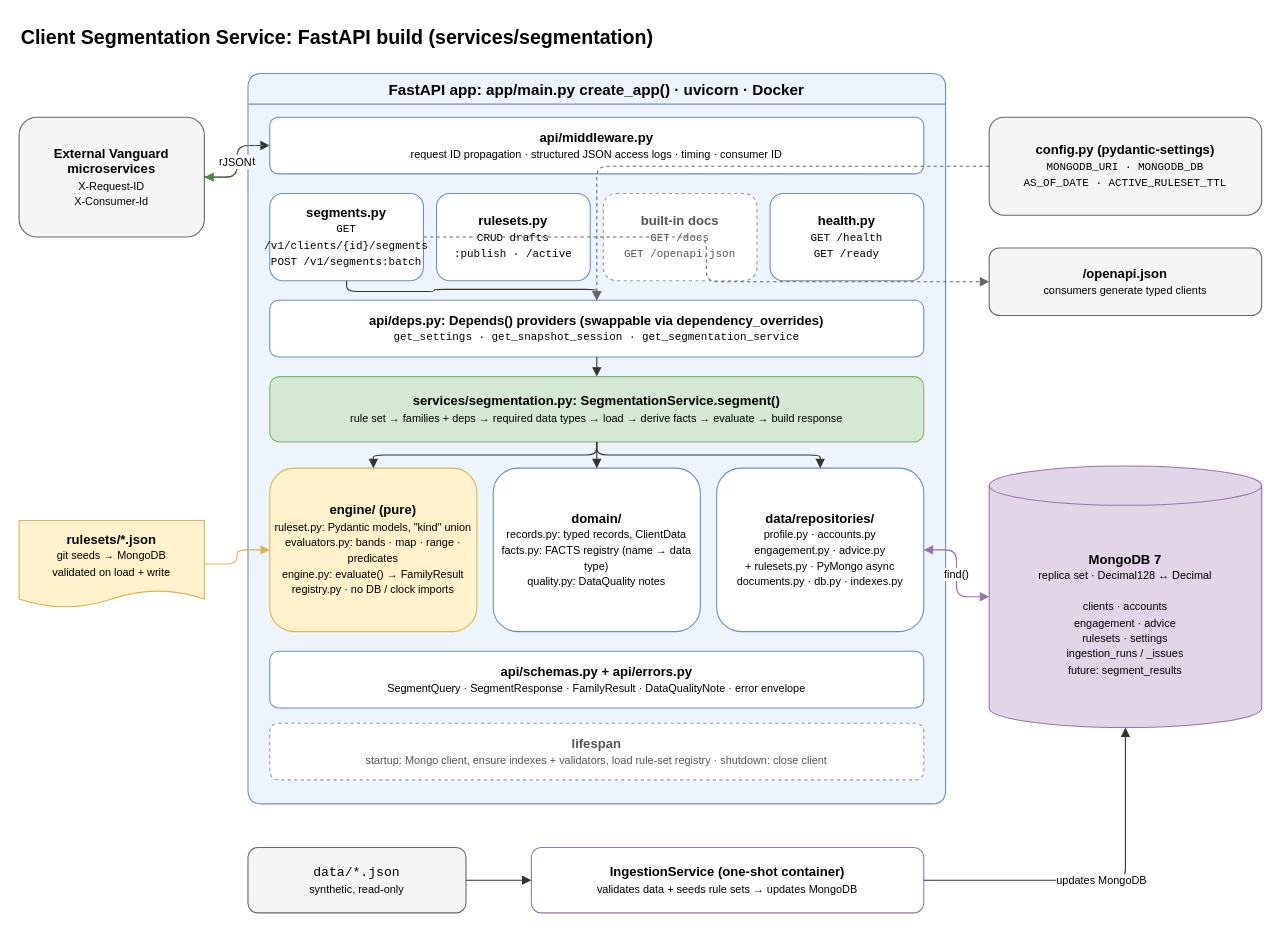
Above: page "2. FastAPI build" (2 of 2) of docs/architecture.drawio in JustinGarvida/vanguard-css (draw.io), before the change. Source tidied: cells renumbered, new cells numbered last; positions are measured from the earlier drawing's top-left corner, leaving out a move shared by most shapes. Both pictures are drawn from the tidied source at 109%, with x=0, y=0 at pixel (19, 19).
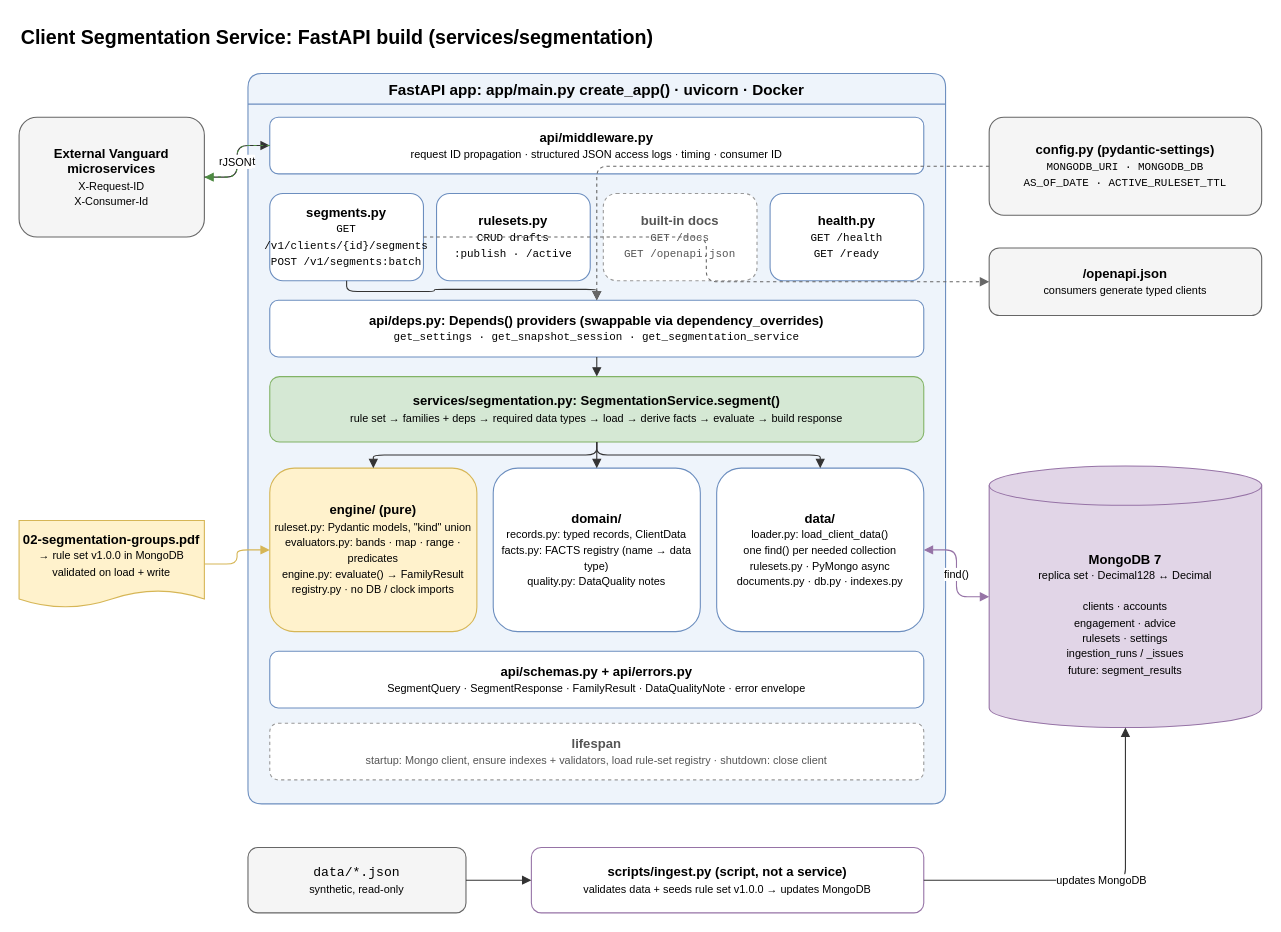
Above is the later version.

Commit message (it also covers changes not shown here):
docs: revised architecture (intent service wired in, no repositories, ingest script) (#9)

The change refers to these unchanged cells:
```xml
<mxCell id="5" value="FastAPI app: app/main.py create_app() · uvicorn · Docker" style="swimlane;startSize=28;rounded=1;fontStyle=1;fontSize=14;fillColor=#eef4fb;strokeColor=#6c8ebf;swimlaneFillColor=#eef4fb;" parent="1" vertex="1">
  <mxGeometry x="210" y="50" width="640" height="670" as="geometry" />
</mxCell>
```

Diff of the diagram source:
```diff
@@
-    <mxCell id="4" value="&lt;b&gt;rulesets/*.json&lt;/b&gt;&lt;br&gt;&lt;font style=&quot;font-size:10px&quot;&gt;git seeds → MongoDB&lt;/font&gt;&lt;br&gt;&lt;font style=&quot;font-size:10px&quot;&gt;validated on load + write&lt;/font&gt;" style="shape=document;whiteSpace=wrap;html=1;boundedLbl=1;size=0.2;fillColor=#fff2cc;strokeColor=#d6b656;" parent="1" vertex="1">
+    <mxCell id="4" value="&lt;b&gt;02-segmentation-groups.pdf&lt;/b&gt;&lt;br&gt;&lt;font style=&quot;font-size:10px&quot;&gt;→ rule set v1.0.0 in MongoDB&lt;/font&gt;&lt;br&gt;&lt;font style=&quot;font-size:10px&quot;&gt;validated on load + write&lt;/font&gt;" style="shape=document;whiteSpace=wrap;html=1;boundedLbl=1;size=0.2;fillColor=#fff2cc;strokeColor=#d6b656;" parent="1" vertex="1">
       <mxGeometry y="460" width="170" height="80" as="geometry" />
     </mxCell>
@@
-    <mxCell id="15" value="&lt;b&gt;data/repositories/&lt;/b&gt;&lt;br&gt;&lt;font style=&quot;font-size:10px&quot;&gt;profile.py · accounts.py&lt;/font&gt;&lt;br&gt;&lt;font style=&quot;font-size:10px&quot;&gt;engagement.py · advice.py&lt;/font&gt;&lt;br&gt;&lt;font style=&quot;font-size:10px&quot;&gt;+ rulesets.py · PyMongo async&lt;/font&gt;&lt;br&gt;&lt;font style=&quot;font-size:10px&quot;&gt;documents.py · db.py · indexes.py&lt;/font&gt;" style="rounded=1;whiteSpace=wrap;html=1;fillColor=#ffffff;strokeColor=#6c8ebf;" parent="5" vertex="1">
+    <mxCell id="15" value="&lt;b&gt;data/&lt;/b&gt;&lt;br&gt;&lt;font style=&quot;font-size:10px&quot;&gt;loader.py: load_client_data()&lt;/font&gt;&lt;br&gt;&lt;font style=&quot;font-size:10px&quot;&gt;one find() per needed collection&lt;/font&gt;&lt;br&gt;&lt;font style=&quot;font-size:10px&quot;&gt;rulesets.py · PyMongo async&lt;/font&gt;&lt;br&gt;&lt;font style=&quot;font-size:10px&quot;&gt;documents.py · db.py · indexes.py&lt;/font&gt;" style="rounded=1;whiteSpace=wrap;html=1;fillColor=#ffffff;strokeColor=#6c8ebf;" parent="5" vertex="1">
       <mxGeometry x="430" y="362" width="190" height="150" as="geometry" />
     </mxCell>
@@
-    <mxCell id="22" value="&lt;b&gt;IngestionService (one-shot container)&lt;/b&gt;&lt;br&gt;&lt;font style=&quot;font-size:10px&quot;&gt;validates data + seeds rule sets → updates MongoDB&lt;/font&gt;" style="rounded=1;whiteSpace=wrap;html=1;fillColor=#ffffff;strokeColor=#9673a6;" parent="1" vertex="1">
+    <mxCell id="22" value="&lt;b&gt;scripts/ingest.py (script, not a service)&lt;/b&gt;&lt;br&gt;&lt;font style=&quot;font-size:10px&quot;&gt;validates data + seeds rule set v1.0.0 → updates MongoDB&lt;/font&gt;" style="rounded=1;whiteSpace=wrap;html=1;fillColor=#ffffff;strokeColor=#9673a6;" parent="1" vertex="1">
       <mxGeometry x="470" y="760" width="360" height="60" as="geometry" />
     </mxCell>
```
